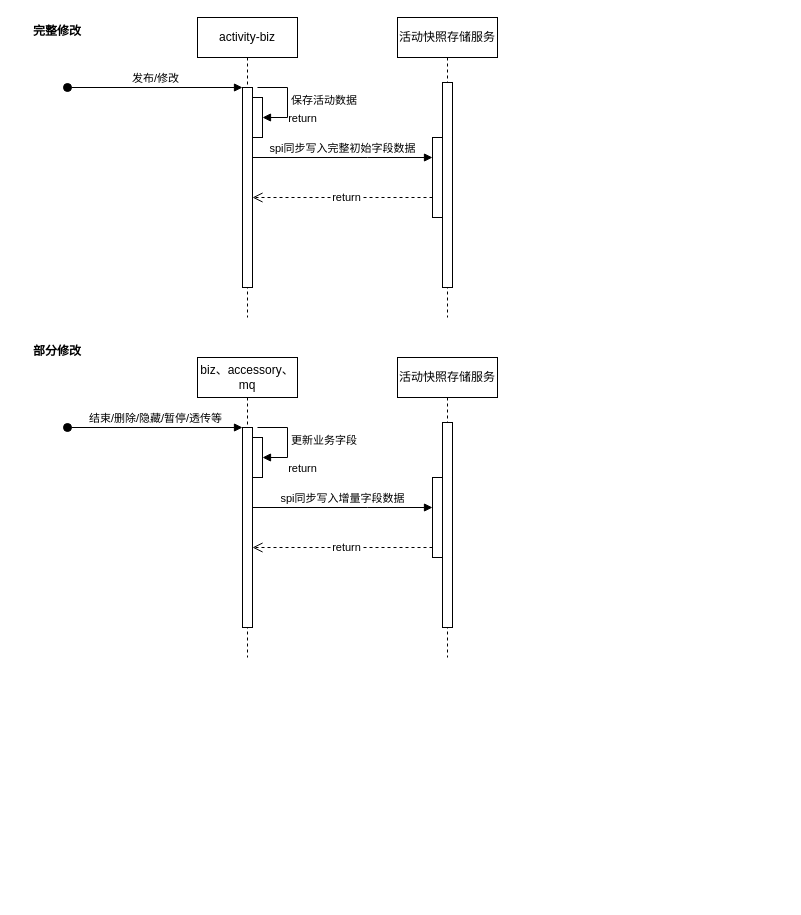
This is 活动快照日志时序.drawio from Luffybaga/draw, a draw.io file, before an edit. Source tidied: cells renumbered, new cells numbered last; positions are measured from the earlier drawing's top-left corner, leaving out a move shared by most shapes. Both pictures are drawn from the tidied source at 100%, with x=0, y=0 at pixel (17, 17).
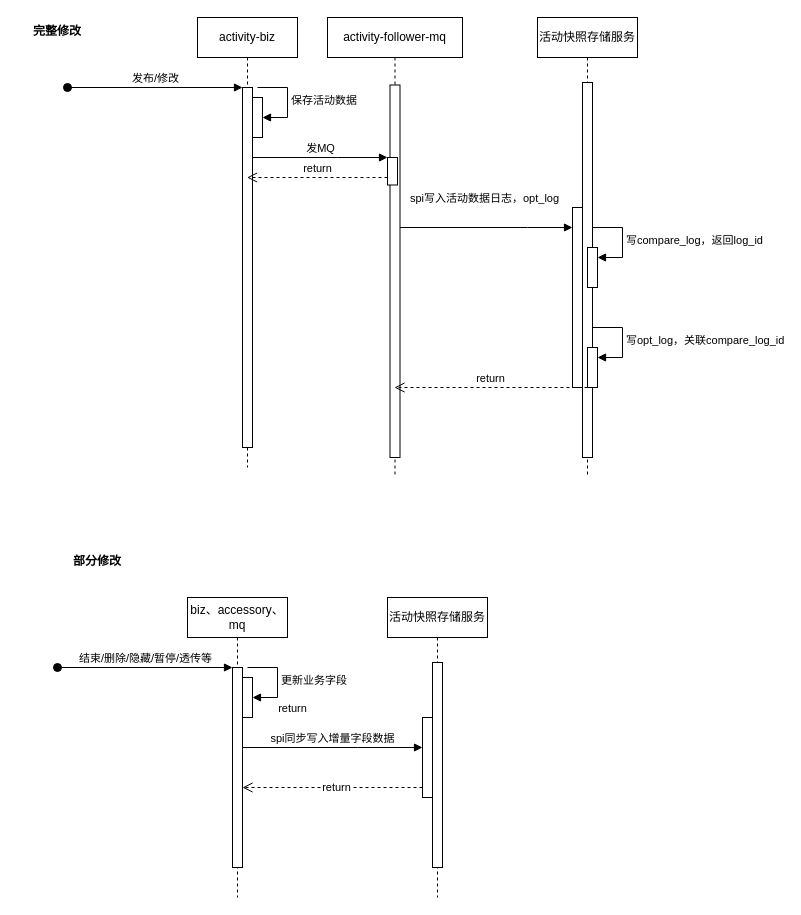
The same page after the edit.

Commit message:
更新活动快照日志时序.drawio

The change refers to these unchanged cells:
```xml
<mxCell id="14" style="html=1;points=[];perimeter=orthogonalPerimeter;outlineConnect=0;targetShapes=umlLifeline;portConstraint=eastwest;newEdgeStyle={&quot;edgeStyle&quot;:&quot;elbowEdgeStyle&quot;,&quot;elbow&quot;:&quot;vertical&quot;,&quot;curved&quot;:0,&quot;rounded&quot;:0};" parent="13" vertex="1">
  <mxGeometry x="45" y="70" width="10" height="200" as="geometry" />
</mxCell>
<mxCell id="20" style="html=1;points=[];perimeter=orthogonalPerimeter;outlineConnect=0;targetShapes=umlLifeline;portConstraint=eastwest;newEdgeStyle={&quot;edgeStyle&quot;:&quot;elbowEdgeStyle&quot;,&quot;elbow&quot;:&quot;vertical&quot;,&quot;curved&quot;:0,&quot;rounded&quot;:0};" parent="18" vertex="1">
  <mxGeometry x="35" y="120" width="10" height="80" as="geometry" />
</mxCell>
```

What changed in the source:
```diff
@@
     <mxCell id="2" value="activity-biz" style="shape=umlLifeline;perimeter=lifelinePerimeter;whiteSpace=wrap;html=1;outlineConnect=0;portConstraint=eastwest;newEdgeStyle={&quot;edgeStyle&quot;:&quot;elbowEdgeStyle&quot;,&quot;elbow&quot;:&quot;vertical&quot;,&quot;curved&quot;:0,&quot;rounded&quot;:0};" parent="1" vertex="1">
-      <mxGeometry x="180" width="100" height="300" as="geometry" />
+      <mxGeometry x="180" width="100" height="450" as="geometry" />
     </mxCell>
     <mxCell id="3" style="html=1;points=[];perimeter=orthogonalPerimeter;outlineConnect=0;targetShapes=umlLifeline;portConstraint=eastwest;newEdgeStyle={&quot;edgeStyle&quot;:&quot;elbowEdgeStyle&quot;,&quot;elbow&quot;:&quot;vertical&quot;,&quot;curved&quot;:0,&quot;rounded&quot;:0};" parent="2" vertex="1">
-      <mxGeometry x="45" y="70" width="10" height="200" as="geometry" />
+      <mxGeometry x="45" y="70" width="10" height="360" as="geometry" />
     </mxCell>
@@
     <mxCell id="7" value="活动快照存储服务" style="shape=umlLifeline;perimeter=lifelinePerimeter;whiteSpace=wrap;html=1;newEdgeStyle={&quot;edgeStyle&quot;:&quot;elbowEdgeStyle&quot;,&quot;elbow&quot;:&quot;vertical&quot;,&quot;curved&quot;:0,&quot;rounded&quot;:0};" parent="1" vertex="1">
-      <mxGeometry x="380" width="100" height="300" as="geometry" />
+      <mxGeometry x="520" width="100" height="460" as="geometry" />
     </mxCell>
     <mxCell id="8" style="html=1;perimeter=orthogonalPerimeter;targetShapes=umlLifeline;newEdgeStyle={&quot;edgeStyle&quot;:&quot;elbowEdgeStyle&quot;,&quot;elbow&quot;:&quot;vertical&quot;,&quot;curved&quot;:0,&quot;rounded&quot;:0};" parent="7" vertex="1">
-      <mxGeometry x="45" y="65" width="10" height="205" as="geometry" />
+      <mxGeometry x="45" y="65" width="10" height="375" as="geometry" />
     </mxCell>
     <mxCell id="9" style="html=1;points=[];perimeter=orthogonalPerimeter;outlineConnect=0;targetShapes=umlLifeline;portConstraint=eastwest;newEdgeStyle={&quot;edgeStyle&quot;:&quot;elbowEdgeStyle&quot;,&quot;elbow&quot;:&quot;vertical&quot;,&quot;curved&quot;:0,&quot;rounded&quot;:0};" parent="7" vertex="1">
-      <mxGeometry x="35" y="120" width="10" height="80" as="geometry" />
+      <mxGeometry x="35" y="190" width="10" height="180" as="geometry" />
     </mxCell>
+    <mxCell id="26" style="html=1;points=[];perimeter=orthogonalPerimeter;outlineConnect=0;targetShapes=umlLifeline;portConstraint=eastwest;newEdgeStyle={&quot;edgeStyle&quot;:&quot;elbowEdgeStyle&quot;,&quot;elbow&quot;:&quot;vertical&quot;,&quot;curved&quot;:0,&quot;rounded&quot;:0};" parent="7" vertex="1">
+      <mxGeometry x="50" y="330" width="10" height="40" as="geometry" />
+    </mxCell>
+    <mxCell id="27" value="写opt_log，关联compare_log_id" style="html=1;align=left;spacingLeft=2;endArrow=block;rounded=0;edgeStyle=orthogonalEdgeStyle;curved=0;rounded=0;" parent="7" edge="1" target="26">
+      <mxGeometry relative="1" as="geometry">
+        <mxPoint x="55" y="310" as="sourcePoint" />
+        <Array as="points">
+          <mxPoint x="85" y="340" />
+        </Array>
+      </mxGeometry>
+    </mxCell>
+    <mxCell id="28" style="html=1;points=[];perimeter=orthogonalPerimeter;outlineConnect=0;targetShapes=umlLifeline;portConstraint=eastwest;newEdgeStyle={&quot;edgeStyle&quot;:&quot;elbowEdgeStyle&quot;,&quot;elbow&quot;:&quot;vertical&quot;,&quot;curved&quot;:0,&quot;rounded&quot;:0};" parent="7" vertex="1">
+      <mxGeometry x="50" y="230" width="10" height="40" as="geometry" />
+    </mxCell>
+    <mxCell id="29" value="写compare_log，返回log_id" style="html=1;align=left;spacingLeft=2;endArrow=block;rounded=0;edgeStyle=orthogonalEdgeStyle;curved=0;rounded=0;" parent="7" edge="1" target="28">
+      <mxGeometry relative="1" as="geometry">
+        <mxPoint x="55" y="210" as="sourcePoint" />
+        <Array as="points">
+          <mxPoint x="85" y="240" />
+        </Array>
+      </mxGeometry>
+    </mxCell>
-    <mxCell id="10" value="spi同步写入完整初始字段数据" style="html=1;verticalAlign=bottom;endArrow=block;edgeStyle=elbowEdgeStyle;elbow=vertical;curved=0;rounded=0;" parent="1" edge="1" source="3" target="9">
-      <mxGeometry relative="1" as="geometry">
+    <mxCell id="10" value="spi写入活动数据日志，opt_log" style="html=1;verticalAlign=bottom;endArrow=block;edgeStyle=elbowEdgeStyle;elbow=vertical;curved=0;rounded=0;" parent="1" edge="1" source="32" target="9">
+      <mxGeometry x="-0.03" y="20" relative="1" as="geometry">
         <Array as="points">
-          <mxPoint x="350" y="140" />
+          <mxPoint x="510" y="210" />
+          <mxPoint x="360" y="210" />
         </Array>
       </mxGeometry>
     </mxCell>
-    <mxCell id="11" value="return" style="html=1;verticalAlign=bottom;endArrow=open;dashed=1;endSize=8;edgeStyle=elbowEdgeStyle;elbow=vertical;curved=0;rounded=0;" parent="1" edge="1" source="9" target="3">
-      <mxGeometry x="0.44" y="-70" relative="1" as="geometry">
-        <Array as="points">
-          <mxPoint x="310" y="180" />
-          <mxPoint x="340" y="250" />
-        </Array>
-      </mxGeometry>
-    </mxCell>
-    <mxCell id="12" value="return" style="edgeLabel;html=1;align=center;verticalAlign=middle;" parent="11" vertex="1">
-      <mxGeometry x="-0.03" y="-1" relative="1" as="geometry" />
-    </mxCell>
+    <mxCell id="24" value="部分修改" style="text;align=center;fontStyle=1;verticalAlign=middle;spacingLeft=3;spacingRight=3;strokeColor=none;" parent="1" vertex="1">
+      <mxGeometry x="40" y="530" width="80" height="26" as="geometry" />
+    </mxCell>
+    <mxCell id="25" value="完整修改" style="text;align=center;fontStyle=1;verticalAlign=middle;spacingLeft=3;spacingRight=3;strokeColor=none;" parent="1" vertex="1">
+      <mxGeometry width="80" height="26" as="geometry" />
+    </mxCell>
     <mxCell id="13" value="biz、accessory、mq" style="shape=umlLifeline;perimeter=lifelinePerimeter;whiteSpace=wrap;html=1;newEdgeStyle={&quot;edgeStyle&quot;:&quot;elbowEdgeStyle&quot;,&quot;elbow&quot;:&quot;vertical&quot;,&quot;curved&quot;:0,&quot;rounded&quot;:0};" parent="1" vertex="1">
-      <mxGeometry x="180" y="340" width="100" height="300" as="geometry" />
+      <mxGeometry x="170" y="580" width="100" height="300" as="geometry" />
     </mxCell>
@@
     <mxCell id="18" value="活动快照存储服务" style="shape=umlLifeline;perimeter=lifelinePerimeter;whiteSpace=wrap;html=1;newEdgeStyle={&quot;edgeStyle&quot;:&quot;elbowEdgeStyle&quot;,&quot;elbow&quot;:&quot;vertical&quot;,&quot;curved&quot;:0,&quot;rounded&quot;:0};" parent="1" vertex="1">
-      <mxGeometry x="380" y="340" width="100" height="300" as="geometry" />
+      <mxGeometry x="370" y="580" width="100" height="300" as="geometry" />
     </mxCell>
@@
     <mxCell id="21" value="spi同步写入增量字段数据" style="html=1;verticalAlign=bottom;endArrow=block;edgeStyle=elbowEdgeStyle;elbow=vertical;curved=0;rounded=0;" parent="1" edge="1" source="14" target="20">
       <mxGeometry relative="1" as="geometry">
         <Array as="points">
-          <mxPoint x="350" y="490" />
+          <mxPoint x="340" y="730" />
         </Array>
       </mxGeometry>
     </mxCell>
     <mxCell id="22" value="return" style="html=1;verticalAlign=bottom;endArrow=open;dashed=1;endSize=8;edgeStyle=elbowEdgeStyle;elbow=vertical;curved=0;rounded=0;" parent="1" edge="1" source="20" target="14">
       <mxGeometry x="0.44" y="-70" relative="1" as="geometry">
         <Array as="points">
-          <mxPoint x="310" y="530" />
-          <mxPoint x="340" y="600" />
+          <mxPoint x="300" y="770" />
+          <mxPoint x="330" y="840" />
         </Array>
       </mxGeometry>
     </mxCell>
-    <mxCell id="23" value="return" style="edgeLabel;html=1;align=center;verticalAlign=middle;" parent="22" vertex="1">
-      <mxGeometry x="-0.03" y="-1" relative="1" as="geometry" />
-    </mxCell>
-    <mxCell id="24" value="部分修改" style="text;align=center;fontStyle=1;verticalAlign=middle;spacingLeft=3;spacingRight=3;strokeColor=none;" parent="1" vertex="1">
-      <mxGeometry y="320" width="80" height="26" as="geometry" />
-    </mxCell>
-    <mxCell id="25" value="完整修改" style="text;align=center;fontStyle=1;verticalAlign=middle;spacingLeft=3;spacingRight=3;strokeColor=none;" parent="1" vertex="1">
-      <mxGeometry width="80" height="26" as="geometry" />
-    </mxCell>
+    <mxCell id="30" value="return" style="edgeLabel;html=1;align=center;verticalAlign=middle;" parent="22" vertex="1">
+      <mxGeometry x="-0.03" y="-1" relative="1" as="geometry" />
+    </mxCell>
+    <mxCell id="31" value="activity-follower-mq" style="shape=umlLifeline;perimeter=lifelinePerimeter;whiteSpace=wrap;html=1;outlineConnect=0;portConstraint=eastwest;newEdgeStyle={&quot;edgeStyle&quot;:&quot;elbowEdgeStyle&quot;,&quot;elbow&quot;:&quot;vertical&quot;,&quot;curved&quot;:0,&quot;rounded&quot;:0};" parent="1" vertex="1">
+      <mxGeometry x="310" width="135" height="460" as="geometry" />
+    </mxCell>
+    <mxCell id="32" style="html=1;points=[];perimeter=orthogonalPerimeter;outlineConnect=0;targetShapes=umlLifeline;portConstraint=eastwest;newEdgeStyle={&quot;edgeStyle&quot;:&quot;elbowEdgeStyle&quot;,&quot;elbow&quot;:&quot;vertical&quot;,&quot;curved&quot;:0,&quot;rounded&quot;:0};" parent="31" vertex="1">
+      <mxGeometry x="62.5" y="67.5" width="10" height="372.5" as="geometry" />
+    </mxCell>
+    <mxCell id="33" style="html=1;points=[];perimeter=orthogonalPerimeter;outlineConnect=0;targetShapes=umlLifeline;portConstraint=eastwest;newEdgeStyle={&quot;edgeStyle&quot;:&quot;elbowEdgeStyle&quot;,&quot;elbow&quot;:&quot;vertical&quot;,&quot;curved&quot;:0,&quot;rounded&quot;:0};" parent="31" vertex="1">
+      <mxGeometry x="60" y="140" width="10" height="27.5" as="geometry" />
+    </mxCell>
+    <mxCell id="34" value="发MQ" style="html=1;verticalAlign=bottom;endArrow=block;edgeStyle=elbowEdgeStyle;elbow=vertical;curved=0;rounded=0;" parent="1" edge="1" source="3" target="33">
+      <mxGeometry relative="1" as="geometry">
+        <Array as="points">
+          <mxPoint x="320" y="140" />
+        </Array>
+      </mxGeometry>
+    </mxCell>
+    <mxCell id="35" value="return" style="html=1;verticalAlign=bottom;endArrow=open;dashed=1;endSize=8;edgeStyle=elbowEdgeStyle;elbow=vertical;curved=0;rounded=0;" parent="1" edge="1" source="33" target="2">
+      <mxGeometry relative="1" as="geometry">
+        <Array as="points">
+          <mxPoint x="350" y="160" />
+          <mxPoint x="340" y="170" />
+          <mxPoint x="320" y="190" />
+          <mxPoint x="380" y="210" />
+        </Array>
+      </mxGeometry>
+    </mxCell>
+    <mxCell id="36" value="return" style="html=1;verticalAlign=bottom;endArrow=open;dashed=1;endSize=8;edgeStyle=elbowEdgeStyle;elbow=vertical;curved=0;rounded=0;" parent="1" edge="1" target="31">
+      <mxGeometry relative="1" as="geometry">
+        <mxPoint x="570" y="370" as="sourcePoint" />
+        <Array as="points">
+          <mxPoint x="540" y="370" />
+          <mxPoint x="520" y="310" />
+          <mxPoint x="530" y="320" />
+          <mxPoint x="550" y="390" />
+          <mxPoint x="350" y="180" />
+          <mxPoint x="330" y="200" />
+          <mxPoint x="390" y="220" />
+        </Array>
+      </mxGeometry>
+    </mxCell>
```
